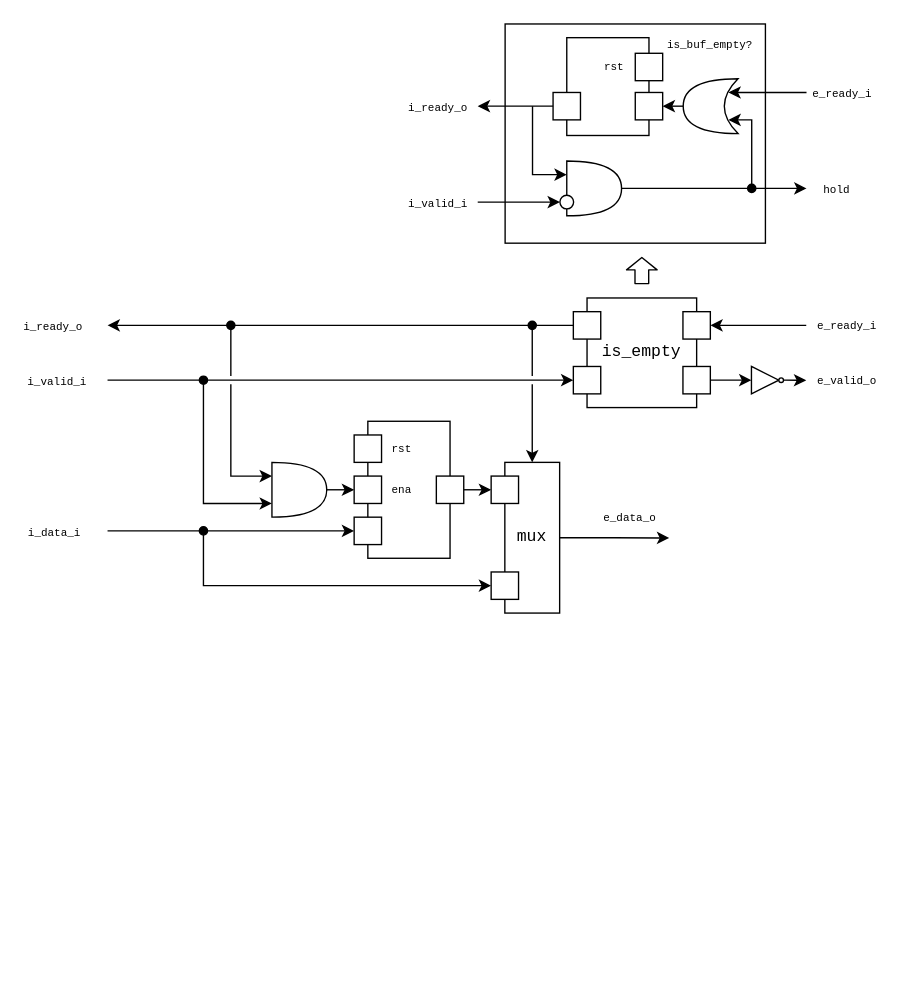
urvantsev/radiocores keeps this draw.io diagram as page "ready_skid_buffer" (1 of 2) of radiocores/skid_buffer/doc/skid_buffer.drawio. Above is the earlier version. Source tidied: cells renumbered, new cells numbered last; positions are measured from the earlier drawing's top-left corner, leaving out a move shared by most shapes. Both pictures are drawn from the tidied source at 137%, with x=0, y=0 at pixel (107, 23).
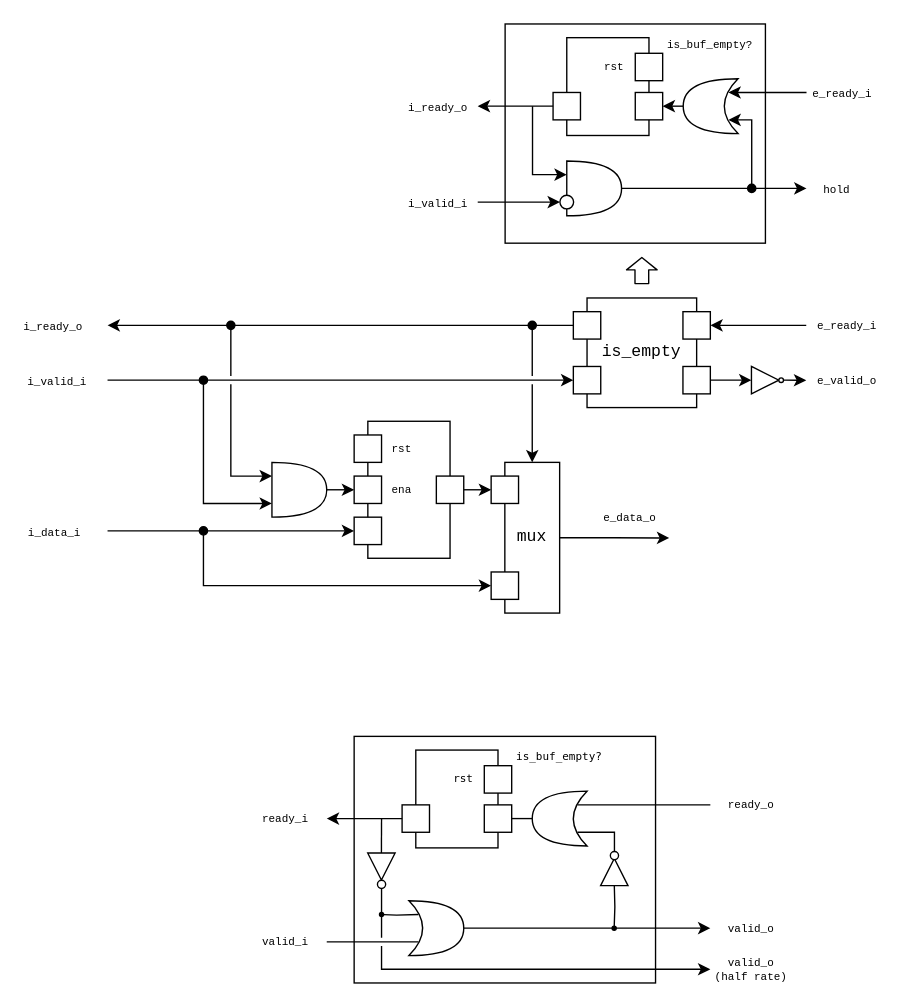
After the change.

Diff of the diagram source:
```diff
@@
+    <mxCell id="61" style="rounded=0;whiteSpace=wrap;html=1;fillColor=none;" parent="1" vertex="1">
+      <mxGeometry x="180" y="520" width="220" height="180" as="geometry" />
+    </mxCell>
+    <mxCell id="62" style="rounded=0;whiteSpace=wrap;html=1;fillColor=none;labelBackgroundColor=none;flipH=0;" parent="1" vertex="1">
+      <mxGeometry x="225" y="530" width="60" height="71.4" as="geometry" />
+    </mxCell>
+    <mxCell id="63" style="rounded=0;whiteSpace=wrap;html=1;labelBackgroundColor=none;flipH=0;" parent="1" vertex="1">
+      <mxGeometry x="275" y="541.4" width="20" height="20" as="geometry" />
+    </mxCell>
+    <mxCell id="64" style="rounded=0;whiteSpace=wrap;html=1;labelBackgroundColor=none;flipH=0;" parent="1" vertex="1">
+      <mxGeometry x="215" y="570" width="20" height="20" as="geometry" />
+    </mxCell>
+    <mxCell id="65" style="rounded=0;whiteSpace=wrap;html=1;labelBackgroundColor=none;flipH=0;" parent="1" vertex="1">
+      <mxGeometry x="275" y="570" width="20" height="20" as="geometry" />
+    </mxCell>
+    <mxCell id="66" value="rst" style="text;html=1;align=center;verticalAlign=middle;whiteSpace=wrap;rounded=0;labelBackgroundColor=none;fontFamily=Lucida Console;fontSize=8;flipH=0;" parent="1" vertex="1">
+      <mxGeometry x="245" y="541.4" width="30" height="20" as="geometry" />
+    </mxCell>
+    <mxCell id="67" style="endArrow=none;html=1;rounded=0;entryX=0.175;entryY=0.75;entryDx=0;entryDy=0;jumpStyle=gap;entryPerimeter=0;endFill=0;" parent="1" edge="1" target="76">
+      <mxGeometry relative="1" as="geometry">
+        <mxPoint x="160" y="670" as="sourcePoint" />
+      </mxGeometry>
+    </mxCell>
+    <mxCell id="68" style="endArrow=classic;html=1;rounded=0;startArrow=none;startFill=0;exitX=0;exitY=0.5;exitDx=0;exitDy=0;" parent="1" edge="1" source="64">
+      <mxGeometry relative="1" as="geometry">
+        <mxPoint x="160" y="580" as="targetPoint" />
+      </mxGeometry>
+    </mxCell>
+    <mxCell id="69" style="edgeStyle=orthogonalEdgeStyle;rounded=0;jettySize=auto;html=1;exitX=1;exitY=0.5;exitDx=0;exitDy=0;exitPerimeter=0;entryX=1;entryY=0.5;entryDx=0;entryDy=0;endArrow=none;endFill=0;" parent="1" edge="1" source="70" target="65">
+      <mxGeometry relative="1" as="geometry" />
+    </mxCell>
+    <mxCell id="70" style="shape=xor;whiteSpace=wrap;html=1;rotation=-180;" parent="1" vertex="1">
+      <mxGeometry x="310" y="560" width="40" height="40" as="geometry" />
+    </mxCell>
+    <mxCell id="71" style="endArrow=none;html=1;rounded=0;entryX=0.175;entryY=0.75;entryDx=0;entryDy=0;entryPerimeter=0;endFill=0;exitX=0;exitY=0.5;exitDx=0;exitDy=0;" parent="1" edge="1" source="80" target="70">
+      <mxGeometry relative="1" as="geometry" />
+    </mxCell>
+    <mxCell id="72" value="is_buf_empty?" style="text;html=1;align=center;verticalAlign=middle;whiteSpace=wrap;rounded=0;fontFamily=Lucida Console;fontSize=8;" parent="1" vertex="1">
+      <mxGeometry x="290" y="520" width="80" height="30" as="geometry" />
+    </mxCell>
+    <mxCell id="73" style="endArrow=classic;html=1;rounded=0;edgeStyle=orthogonalEdgeStyle;startArrow=none;startFill=0;jumpStyle=gap;entryX=0;entryY=0.5;entryDx=0;entryDy=0;exitX=1;exitY=0.5;exitDx=0;exitDy=0;exitPerimeter=0;" parent="1" edge="1" source="76" target="79">
+      <mxGeometry relative="1" as="geometry" />
+    </mxCell>
+    <mxCell id="74" style="edgeStyle=orthogonalEdgeStyle;rounded=0;jettySize=auto;html=1;endArrow=none;endFill=0;jumpStyle=gap;startArrow=classic;startFill=1;exitX=0;exitY=0.5;exitDx=0;exitDy=0;entryX=0.5;entryY=1;entryDx=0;entryDy=0;" parent="1" edge="1" source="78" target="89">
+      <mxGeometry relative="1" as="geometry" />
+    </mxCell>
+    <mxCell id="75" style="edgeStyle=orthogonalEdgeStyle;rounded=0;html=1;exitX=0.175;exitY=0.25;exitDx=0;exitDy=0;exitPerimeter=0;endArrow=none;endFill=0;entryX=0.175;entryY=0.25;entryDx=0;entryDy=0;entryPerimeter=0;startArrow=oval;startFill=1;startSize=3;" parent="1" edge="1" target="76">
+      <mxGeometry relative="1" as="geometry">
+        <mxPoint x="200" y="650" as="sourcePoint" />
+      </mxGeometry>
+    </mxCell>
+    <mxCell id="76" style="shape=xor;whiteSpace=wrap;html=1;rotation=0;" parent="1" vertex="1">
+      <mxGeometry x="220" y="640" width="40" height="40" as="geometry" />
+    </mxCell>
+    <mxCell id="77" style="edgeStyle=orthogonalEdgeStyle;rounded=0;jettySize=auto;html=1;jumpStyle=gap;entryX=0;entryY=0.5;entryDx=0;entryDy=0;endArrow=none;endFill=0;" parent="1" edge="1" target="88">
+      <mxGeometry relative="1" as="geometry">
+        <mxPoint x="200" y="580" as="sourcePoint" />
+        <Array as="points">
+          <mxPoint x="200" y="590" />
+        </Array>
+      </mxGeometry>
+    </mxCell>
+    <mxCell id="78" value="valid_o&lt;br&gt;(half rate)" style="text;html=1;align=center;verticalAlign=middle;whiteSpace=wrap;rounded=0;fontFamily=Courier New;fontSize=8;" parent="1" vertex="1">
+      <mxGeometry x="440" y="680" width="59.8" height="20" as="geometry" />
+    </mxCell>
+    <mxCell id="79" value="valid_o" style="text;html=1;align=center;verticalAlign=middle;whiteSpace=wrap;rounded=0;fontFamily=Courier New;fontSize=8;" parent="1" vertex="1">
+      <mxGeometry x="440" y="650" width="59.8" height="20" as="geometry" />
+    </mxCell>
+    <mxCell id="80" value="ready_o" style="text;html=1;align=center;verticalAlign=middle;whiteSpace=wrap;rounded=0;fontFamily=Courier New;fontSize=8;" parent="1" vertex="1">
+      <mxGeometry x="440" y="560" width="59.8" height="20" as="geometry" />
+    </mxCell>
+    <mxCell id="81" value="ready_i" style="text;html=1;align=center;verticalAlign=middle;whiteSpace=wrap;rounded=0;fontFamily=Courier New;fontSize=8;" parent="1" vertex="1">
+      <mxGeometry x="100" y="570" width="60" height="20" as="geometry" />
+    </mxCell>
+    <mxCell id="82" value="valid_i" style="text;html=1;align=center;verticalAlign=middle;whiteSpace=wrap;rounded=0;fontFamily=Courier New;fontSize=8;" parent="1" vertex="1">
+      <mxGeometry x="100" y="660" width="60" height="20" as="geometry" />
+    </mxCell>
+    <mxCell id="83" style="group;rotation=-90;" parent="1" vertex="1">
+      <mxGeometry x="355" y="604" width="30" height="20" as="geometry" />
+    </mxCell>
+    <mxCell id="84" style="triangle;whiteSpace=wrap;html=1;rotation=-90;" parent="83" vertex="1">
+      <mxGeometry x="5" y="5" width="19.8" height="20" as="geometry" />
+    </mxCell>
+    <mxCell id="85" style="ellipse;whiteSpace=wrap;html=1;rotation=-180;" parent="83" vertex="1">
+      <mxGeometry x="12" width="6" height="6" as="geometry" />
+    </mxCell>
+    <mxCell id="86" style="edgeStyle=orthogonalEdgeStyle;html=1;exitX=0.5;exitY=1;exitDx=0;exitDy=0;entryX=0.175;entryY=0.25;entryDx=0;entryDy=0;entryPerimeter=0;endArrow=none;endFill=0;rounded=0;" parent="1" edge="1" source="85" target="70">
+      <mxGeometry relative="1" as="geometry">
+        <Array as="points">
+          <mxPoint x="370" y="590" />
+        </Array>
+      </mxGeometry>
+    </mxCell>
+    <mxCell id="87" style="group;rotation=90;" parent="1" vertex="1">
+      <mxGeometry x="185" y="610" width="30" height="20" as="geometry" />
+    </mxCell>
+    <mxCell id="88" style="triangle;whiteSpace=wrap;html=1;rotation=90;" parent="87" vertex="1">
+      <mxGeometry x="5" y="-5" width="19.8" height="20" as="geometry" />
+    </mxCell>
+    <mxCell id="89" style="ellipse;whiteSpace=wrap;html=1;rotation=0;" parent="87" vertex="1">
+      <mxGeometry x="12" y="15" width="6" height="6" as="geometry" />
+    </mxCell>
+    <mxCell id="90" style="edgeStyle=orthogonalEdgeStyle;rounded=0;html=1;exitX=0;exitY=0.5;exitDx=0;exitDy=0;startArrow=oval;startFill=1;endArrow=none;endFill=0;entryX=0;entryY=0.5;entryDx=0;entryDy=0;startSize=3;" parent="1" edge="1" target="84">
+      <mxGeometry relative="1" as="geometry">
+        <mxPoint x="369.8" y="660" as="sourcePoint" />
+      </mxGeometry>
+    </mxCell>
```
